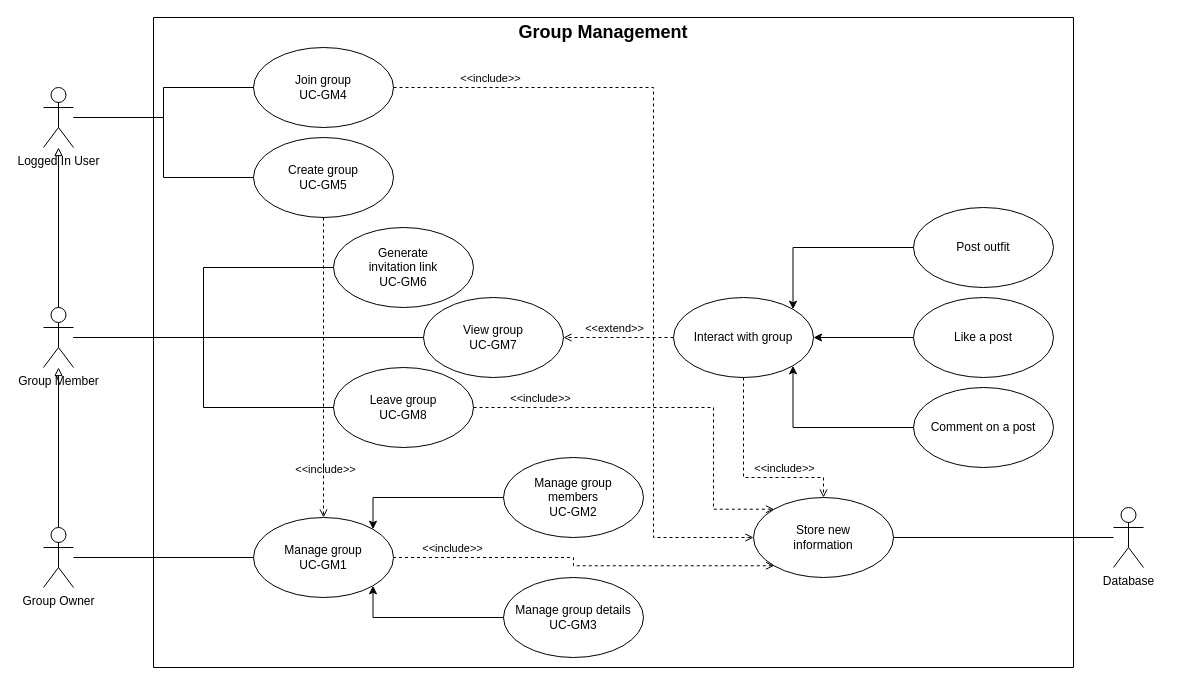
Above: docs/diagrams/ucd-group-management.drawio in gienon-fer/SeekFit (draw.io), before the change. Source tidied: cells renumbered, new cells numbered last; positions are measured from the earlier drawing's top-left corner, leaving out a move shared by most shapes. Both pictures are drawn from the tidied source at 100%, with x=0, y=0 at pixel (43, 17).
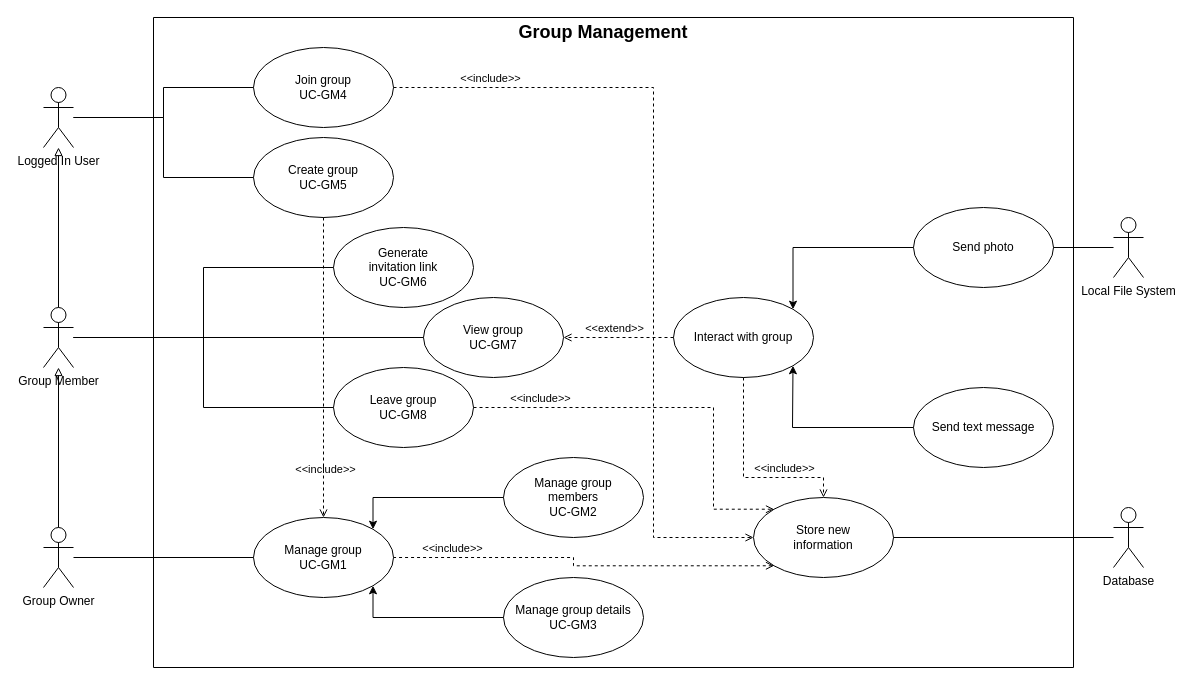
The same page after the edit.

Commit message:
Fix interact with group

Unchanged cells that the change refers to:
```xml
<mxCell id="35" value="Interact with group" style="ellipse;whiteSpace=wrap;html=1;fillColor=none;" parent="1" vertex="1">
  <mxGeometry x="630" y="280" width="140" height="80" as="geometry" />
</mxCell>
<mxCell id="43" style="swimlane;startSize=0;" parent="1" vertex="1">
  <mxGeometry x="110" width="920" height="650" as="geometry" />
</mxCell>
```

Diff of the diagram source:
```diff
@@
-    <mxCell id="37" style="edgeStyle=orthogonalEdgeStyle;rounded=0;jettySize=auto;html=1;exitX=0;exitY=0.5;exitDx=0;exitDy=0;entryX=1;entryY=0.5;entryDx=0;entryDy=0;endArrow=classic;endFill=1;" parent="1" edge="1" source="44" target="35">
-      <mxGeometry relative="1" as="geometry" />
-    </mxCell>
-    <mxCell id="38" style="edgeStyle=orthogonalEdgeStyle;rounded=0;jettySize=auto;html=1;exitX=0;exitY=0.5;exitDx=0;exitDy=0;entryX=1;entryY=1;entryDx=0;entryDy=0;endArrow=classic;endFill=1;" parent="1" edge="1" source="46" target="35">
-      <mxGeometry relative="1" as="geometry" />
-    </mxCell>
@@
-    <mxCell id="44" value="Like a post" style="ellipse;whiteSpace=wrap;html=1;fillColor=none;" parent="43" vertex="1">
-      <mxGeometry x="760" y="280" width="140" height="80" as="geometry" />
-    </mxCell>
-    <mxCell id="45" value="Post outfit" style="ellipse;whiteSpace=wrap;html=1;fillColor=none;" parent="43" vertex="1">
+    <mxCell id="45" value="Send photo" style="ellipse;whiteSpace=wrap;html=1;fillColor=none;" parent="43" vertex="1">
       <mxGeometry x="760" y="190" width="140" height="80" as="geometry" />
     </mxCell>
-    <mxCell id="46" value="Comment on a post" style="ellipse;whiteSpace=wrap;html=1;fillColor=none;" parent="43" vertex="1">
-      <mxGeometry x="760" y="370" width="140" height="80" as="geometry" />
-    </mxCell>
+    <mxCell id="47" value="Send text message" style="ellipse;whiteSpace=wrap;html=1;fillColor=none;" parent="43" vertex="1">
+      <mxGeometry x="760" y="370" width="140" height="80" as="geometry" />
+    </mxCell>
+    <mxCell id="48" style="edgeStyle=none;html=1;entryX=1;entryY=1;entryDx=0;entryDy=0;exitX=0;exitY=0.5;exitDx=0;exitDy=0;rounded=0;" parent="1" edge="1" source="47" target="35">
+      <mxGeometry relative="1" as="geometry">
+        <Array as="points">
+          <mxPoint x="749" y="410" />
+        </Array>
+      </mxGeometry>
+    </mxCell>
+    <mxCell id="49" style="edgeStyle=none;rounded=0;html=1;entryX=1;entryY=0.5;entryDx=0;entryDy=0;endArrow=none;endFill=0;" parent="1" edge="1" source="50" target="45">
+      <mxGeometry relative="1" as="geometry" />
+    </mxCell>
+    <mxCell id="50" value="Local File System" style="shape=umlActor;verticalLabelPosition=bottom;verticalAlign=top;html=1;outlineConnect=0;" parent="1" vertex="1">
+      <mxGeometry x="1070" y="200" width="30" height="60" as="geometry" />
+    </mxCell>
```
